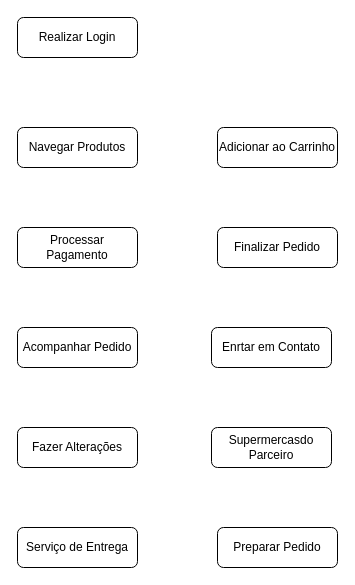
Above: assets/libs/quick-market-use-case-diagram.drawio in messiasGeovani/quick-market-docs (draw.io), before the change. Source tidied: cells renumbered, new cells numbered last; positions are measured from the earlier drawing's top-left corner, leaving out a move shared by most shapes. Both pictures are drawn from the tidied source at 100%, with x=0, y=0 at pixel (17, 17).
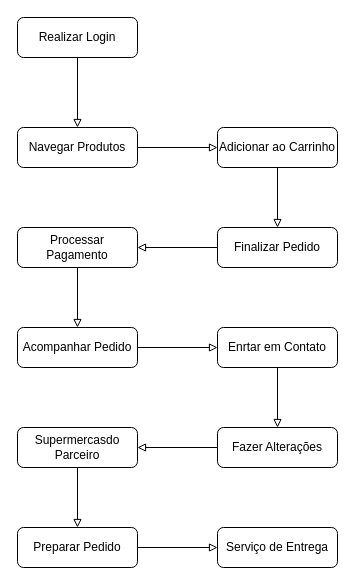
The same page after the edit.

Unchanged cells that the change refers to:
```xml
<mxCell id="2" value="Realizar Login" style="rounded=1;whiteSpace=wrap;html=1;fontSize=12;glass=0;strokeWidth=1;shadow=0;" parent="1" vertex="1">
  <mxGeometry width="120" height="40" as="geometry" />
</mxCell>
<mxCell id="3" value="Navegar Produtos" style="rounded=1;whiteSpace=wrap;html=1;fontSize=12;glass=0;strokeWidth=1;shadow=0;" parent="1" vertex="1">
  <mxGeometry y="110" width="120" height="40" as="geometry" />
</mxCell>
<mxCell id="4" value="Adicionar ao Carrinho" style="rounded=1;whiteSpace=wrap;html=1;fontSize=12;glass=0;strokeWidth=1;shadow=0;" parent="1" vertex="1">
  <mxGeometry x="200" y="110" width="120" height="40" as="geometry" />
</mxCell>
<mxCell id="5" value="Finalizar Pedido" style="rounded=1;whiteSpace=wrap;html=1;fontSize=12;glass=0;strokeWidth=1;shadow=0;" parent="1" vertex="1">
  <mxGeometry x="200" y="210" width="120" height="40" as="geometry" />
</mxCell>
<mxCell id="6" value="Processar Pagamento" style="rounded=1;whiteSpace=wrap;html=1;fontSize=12;glass=0;strokeWidth=1;shadow=0;" parent="1" vertex="1">
  <mxGeometry y="210" width="120" height="40" as="geometry" />
</mxCell>
<mxCell id="7" value="Acompanhar Pedido" style="rounded=1;whiteSpace=wrap;html=1;fontSize=12;glass=0;strokeWidth=1;shadow=0;" parent="1" vertex="1">
  <mxGeometry y="310" width="120" height="40" as="geometry" />
</mxCell>
```

Diff of the diagram source:
```diff
@@
+    <mxCell id="13" style="edgeStyle=orthogonalEdgeStyle;rounded=0;jettySize=auto;html=1;exitX=0.5;exitY=1;exitDx=0;exitDy=0;entryX=0.5;entryY=0;entryDx=0;entryDy=0;endArrow=block;endFill=0;" parent="1" edge="1" source="2" target="3">
+      <mxGeometry relative="1" as="geometry" />
+    </mxCell>
@@
+    <mxCell id="14" style="edgeStyle=orthogonalEdgeStyle;rounded=0;jettySize=auto;html=1;exitX=1;exitY=0.5;exitDx=0;exitDy=0;entryX=0;entryY=0.5;entryDx=0;entryDy=0;endArrow=block;endFill=0;" parent="1" edge="1" source="3" target="4">
+      <mxGeometry relative="1" as="geometry" />
+    </mxCell>
@@
+    <mxCell id="15" style="edgeStyle=orthogonalEdgeStyle;rounded=0;jettySize=auto;html=1;exitX=0.5;exitY=1;exitDx=0;exitDy=0;entryX=0.5;entryY=0;entryDx=0;entryDy=0;endArrow=block;endFill=0;" parent="1" edge="1" source="4" target="5">
+      <mxGeometry relative="1" as="geometry" />
+    </mxCell>
@@
+    <mxCell id="16" style="edgeStyle=orthogonalEdgeStyle;rounded=0;jettySize=auto;html=1;exitX=0;exitY=0.5;exitDx=0;exitDy=0;entryX=1;entryY=0.5;entryDx=0;entryDy=0;endArrow=block;endFill=0;" parent="1" edge="1" source="5" target="6">
+      <mxGeometry relative="1" as="geometry" />
+    </mxCell>
@@
+    <mxCell id="17" style="edgeStyle=orthogonalEdgeStyle;rounded=0;jettySize=auto;html=1;exitX=0.5;exitY=1;exitDx=0;exitDy=0;entryX=0.5;entryY=0;entryDx=0;entryDy=0;endArrow=block;endFill=0;" parent="1" edge="1" source="6" target="7">
+      <mxGeometry relative="1" as="geometry" />
+    </mxCell>
@@
+    <mxCell id="18" style="edgeStyle=orthogonalEdgeStyle;rounded=0;jettySize=auto;html=1;exitX=1;exitY=0.5;exitDx=0;exitDy=0;entryX=0;entryY=0.5;entryDx=0;entryDy=0;endArrow=block;endFill=0;" parent="1" edge="1" source="7" target="8">
+      <mxGeometry relative="1" as="geometry" />
+    </mxCell>
@@
+    <mxCell id="19" style="edgeStyle=orthogonalEdgeStyle;rounded=0;jettySize=auto;html=1;exitX=0.5;exitY=1;exitDx=0;exitDy=0;entryX=0.5;entryY=0;entryDx=0;entryDy=0;endArrow=block;endFill=0;" parent="1" edge="1" source="8" target="10">
+      <mxGeometry relative="1" as="geometry" />
+    </mxCell>
     <mxCell id="8" value="Enrtar em Contato" style="rounded=1;whiteSpace=wrap;html=1;fontSize=12;glass=0;strokeWidth=1;shadow=0;" parent="1" vertex="1">
-      <mxGeometry x="194" y="310" width="120" height="40" as="geometry" />
+      <mxGeometry x="200" y="310" width="120" height="40" as="geometry" />
     </mxCell>
+    <mxCell id="20" style="edgeStyle=orthogonalEdgeStyle;rounded=0;jettySize=auto;html=1;exitX=0.5;exitY=1;exitDx=0;exitDy=0;entryX=0.5;entryY=0;entryDx=0;entryDy=0;endArrow=block;endFill=0;" parent="1" edge="1" source="9" target="11">
+      <mxGeometry relative="1" as="geometry" />
+    </mxCell>
     <mxCell id="9" value="Supermercasdo Parceiro" style="rounded=1;whiteSpace=wrap;html=1;fontSize=12;glass=0;strokeWidth=1;shadow=0;" parent="1" vertex="1">
-      <mxGeometry x="194" y="410" width="120" height="40" as="geometry" />
+      <mxGeometry y="410" width="120" height="40" as="geometry" />
     </mxCell>
+    <mxCell id="21" style="edgeStyle=orthogonalEdgeStyle;rounded=0;jettySize=auto;html=1;exitX=0;exitY=0.5;exitDx=0;exitDy=0;entryX=1;entryY=0.5;entryDx=0;entryDy=0;endArrow=block;endFill=0;" parent="1" edge="1" source="10" target="9">
+      <mxGeometry relative="1" as="geometry" />
+    </mxCell>
     <mxCell id="10" value="Fazer Alterações" style="rounded=1;whiteSpace=wrap;html=1;fontSize=12;glass=0;strokeWidth=1;shadow=0;" parent="1" vertex="1">
-      <mxGeometry y="410" width="120" height="40" as="geometry" />
+      <mxGeometry x="200" y="410" width="120" height="40" as="geometry" />
     </mxCell>
+    <mxCell id="22" style="edgeStyle=orthogonalEdgeStyle;rounded=0;jettySize=auto;html=1;exitX=1;exitY=0.5;exitDx=0;exitDy=0;entryX=0;entryY=0.5;entryDx=0;entryDy=0;endArrow=block;endFill=0;" parent="1" edge="1" source="11" target="12">
+      <mxGeometry relative="1" as="geometry" />
+    </mxCell>
     <mxCell id="11" value="Preparar Pedido" style="rounded=1;whiteSpace=wrap;html=1;fontSize=12;glass=0;strokeWidth=1;shadow=0;" parent="1" vertex="1">
-      <mxGeometry x="200" y="510" width="120" height="40" as="geometry" />
+      <mxGeometry y="510" width="120" height="40" as="geometry" />
     </mxCell>
     <mxCell id="12" value="Serviço de Entrega" style="rounded=1;whiteSpace=wrap;html=1;fontSize=12;glass=0;strokeWidth=1;shadow=0;" parent="1" vertex="1">
-      <mxGeometry y="510" width="120" height="40" as="geometry" />
+      <mxGeometry x="200" y="510" width="120" height="40" as="geometry" />
     </mxCell>
```
